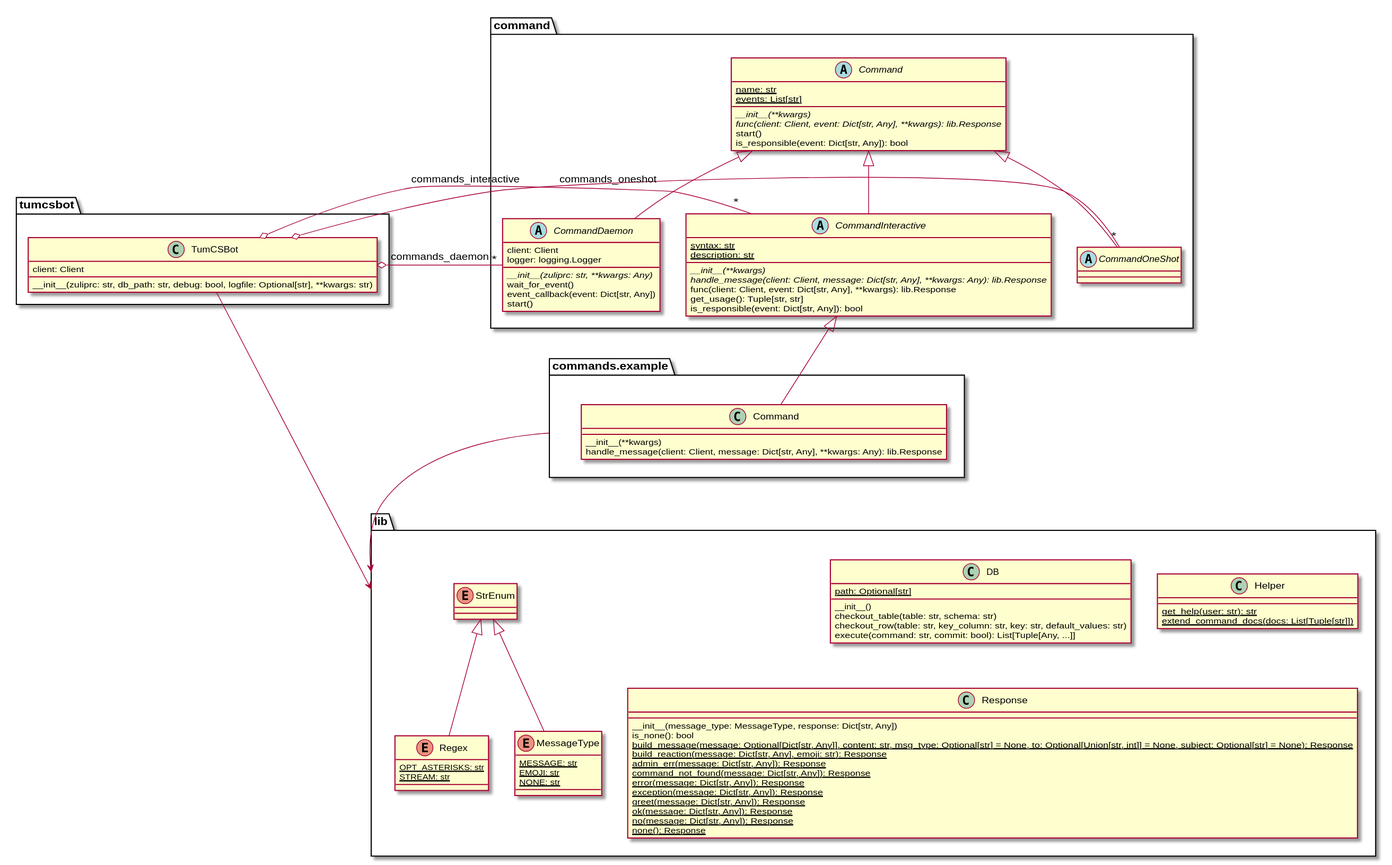
Above: class_diagram.svg in ro-i/tumcsbot (PlantUML), before the change.
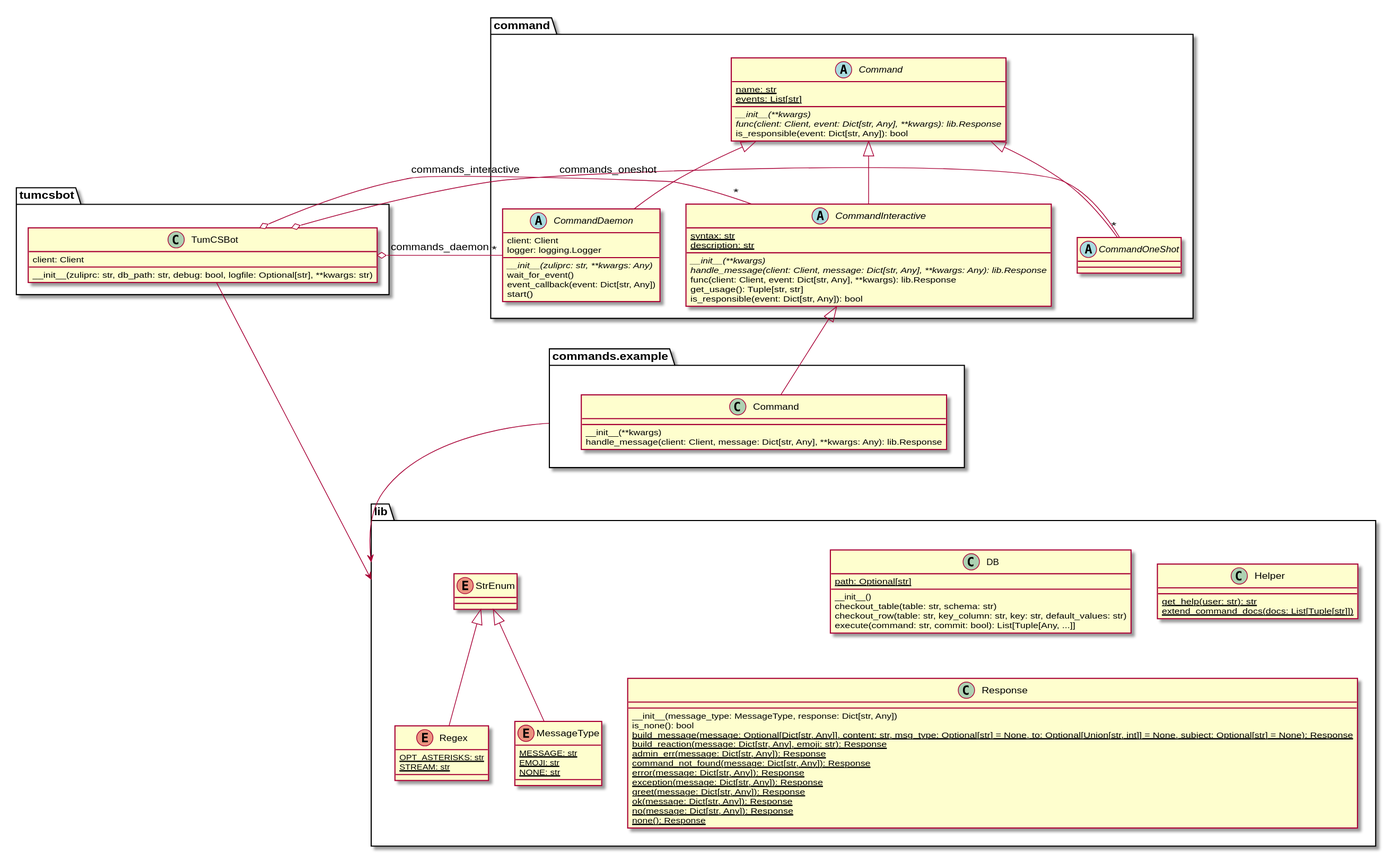
Later version of the same file.

Commit message:
update class diagram

What changed in the source:
```diff
@@ -15,7 +15,6 @@
 {static} events: List[str]
 {abstract} __init__(**kwargs)
 {abstract} func(client: Client, event: Dict[str, Any], **kwargs): lib.Response
-start()
 is_responsible(event: Dict[str, Any]): bool
 }
 
```
